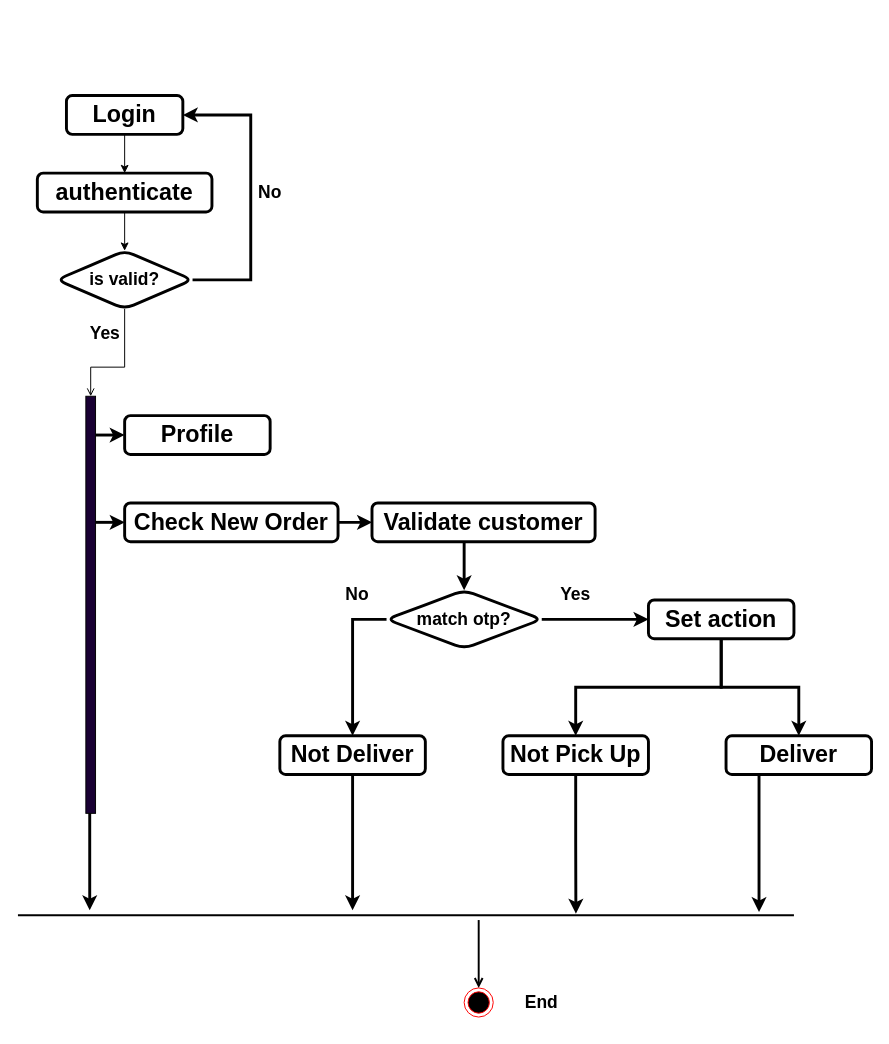
Above: activity Diagram of admin.drawio in prashanta1542/default (draw.io), before the change. Source tidied: cells renumbered, new cells numbered last; positions are measured from the earlier drawing's top-left corner, leaving out a move shared by most shapes. Both pictures are drawn from the tidied source at 97%, with x=0, y=0 at pixel (17, 95).
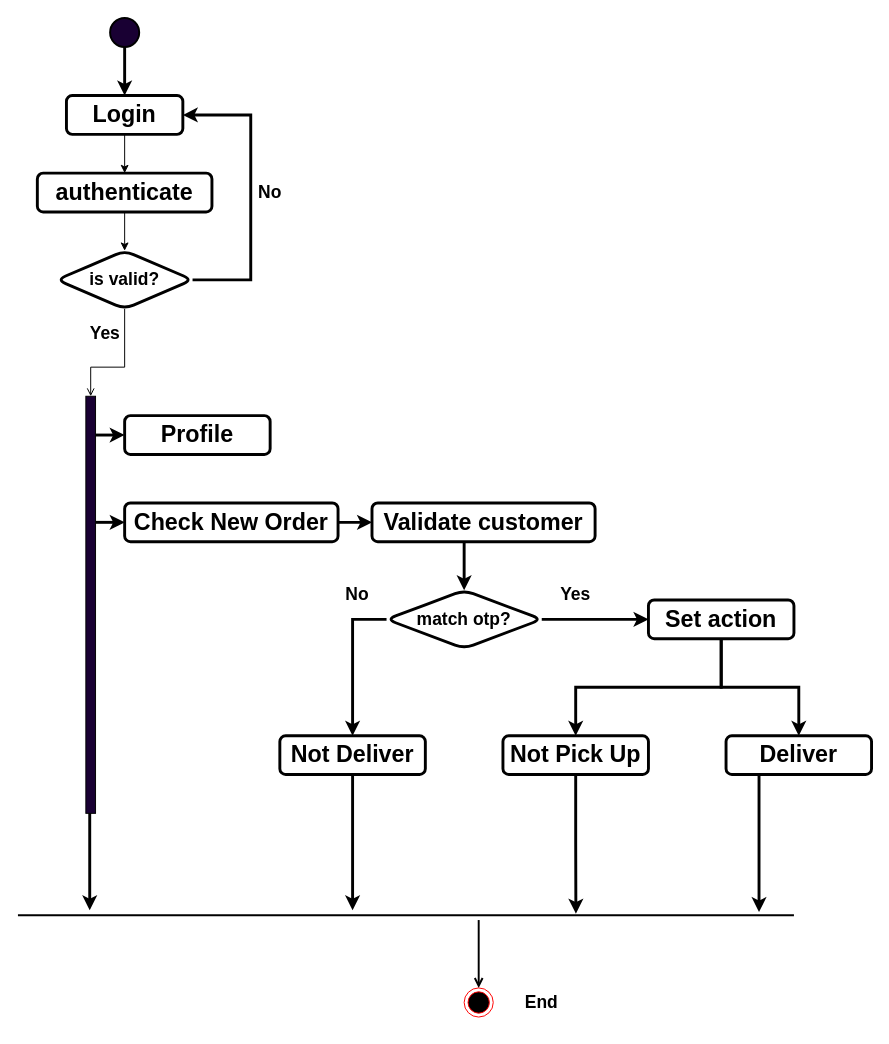
The same diagram, later.

The change refers to these unchanged cells:
```xml
<mxCell id="5" value="&lt;h1&gt;Login&lt;/h1&gt;" style="rounded=1;whiteSpace=wrap;html=1;strokeWidth=3;" parent="1" vertex="1">
  <mxGeometry x="50" width="120" height="40" as="geometry" />
</mxCell>
```

What changed in the source:
```diff
@@
+    <mxCell id="38" style="edgeStyle=orthogonalEdgeStyle;rounded=0;jettySize=auto;html=1;strokeWidth=3;" parent="1" edge="1" source="39" target="5">
+      <mxGeometry relative="1" as="geometry" />
+    </mxCell>
+    <mxCell id="39" style="strokeWidth=2;html=1;shape=mxgraph.flowchart.start_2;whiteSpace=wrap;fillColor=#190033;" parent="1" vertex="1">
+      <mxGeometry x="95" y="-80" width="30" height="30" as="geometry" />
+    </mxCell>
```
